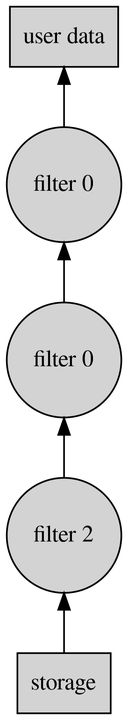
This is images/read-filter-pipeline.png from llllllllll/zarr-vs-hdf5-talk, a Graphviz export, as it was before one commit. Its source is kept beside it as images/read-filter-pipeline.dot.
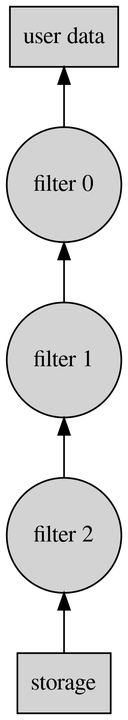
After the commit.

Diff of the diagram source:
```diff
@@ -6,7 +6,7 @@
 
     user [label="user data", shape="rect"];
     filter_0 [label="filter 0", shape="circle"];
-    filter_1 [label="filter 0", shape="circle"];
+    filter_1 [label="filter 1", shape="circle"];
     filter_2 [label="filter 2", shape="circle"];
     storage [label="storage", shape="rect"];
 
```
